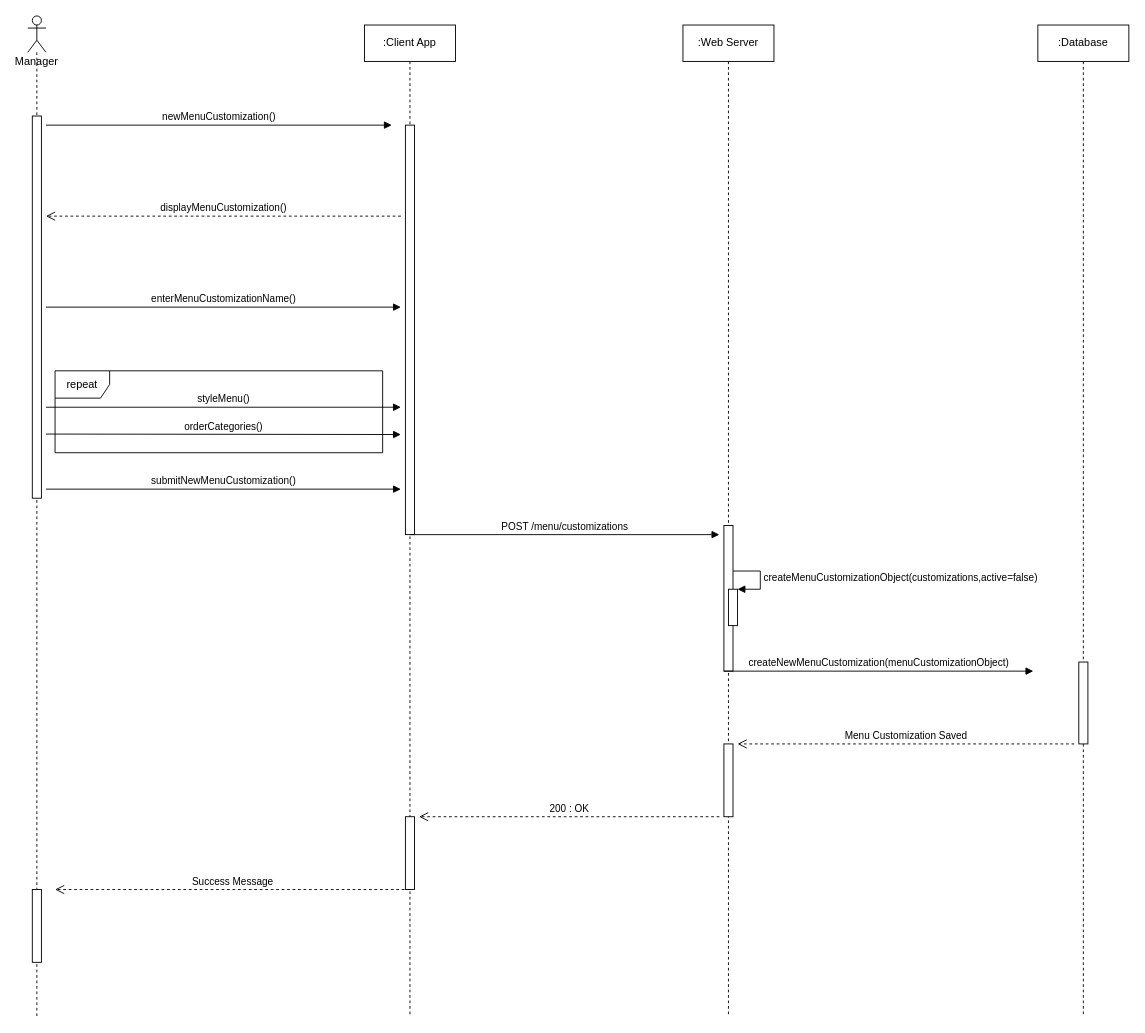
Before: diagrams/SD_MenuCustomization.drawio in jadhamwi31/quickq, a draw.io diagram. Source tidied: cells renumbered, new cells numbered last; positions are measured from the earlier drawing's top-left corner, leaving out a move shared by most shapes. Both pictures are drawn from the tidied source at 91%, with x=0, y=0 at pixel (27, 15).
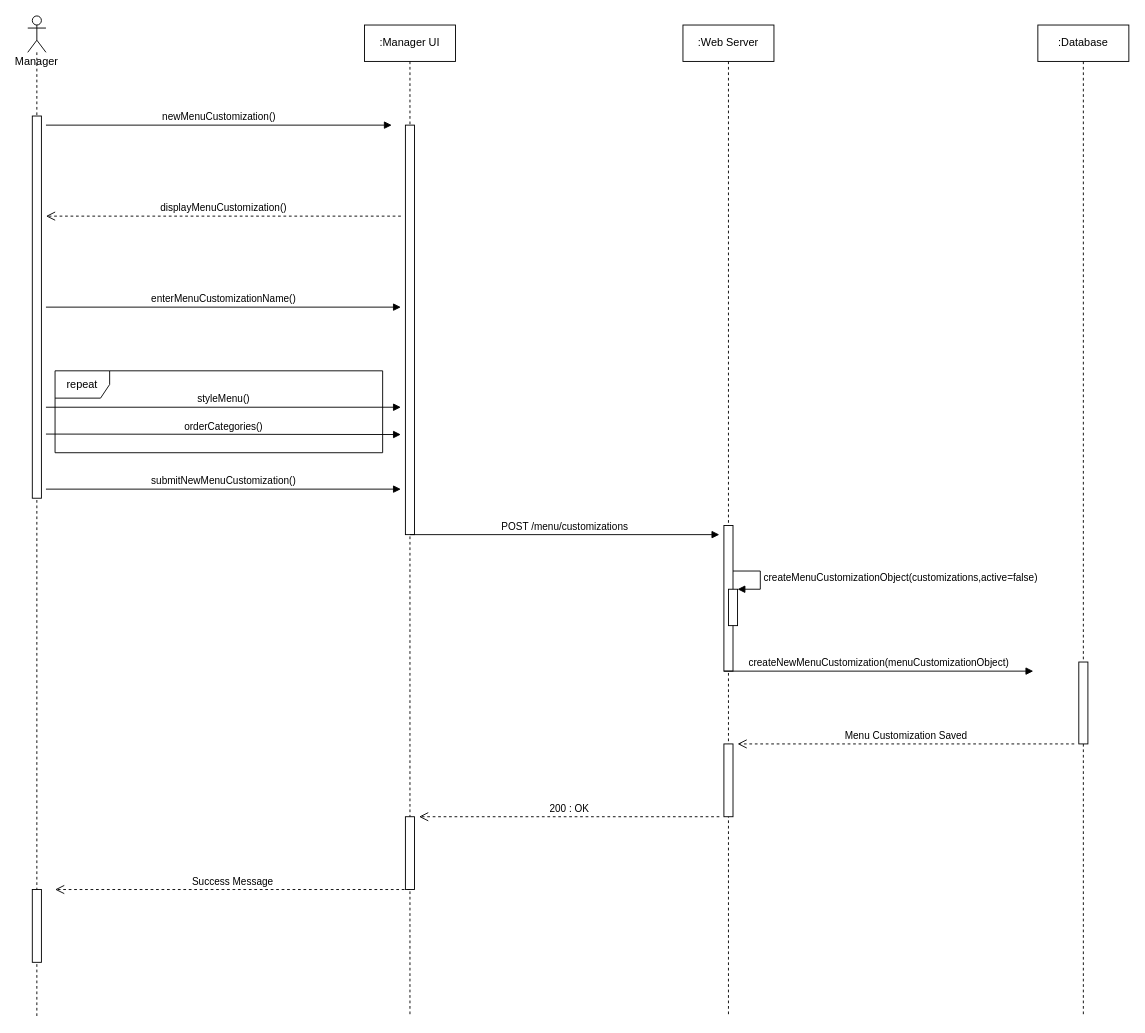
The same diagram, later.

The edit, as a diff of the source:
```diff
@@
-    <mxCell id="9" value=":Client App" style="shape=umlLifeline;perimeter=lifelinePerimeter;whiteSpace=wrap;html=1;" parent="1" vertex="1">
+    <mxCell id="9" value=":Manager UI" style="shape=umlLifeline;perimeter=lifelinePerimeter;whiteSpace=wrap;html=1;" parent="1" vertex="1">
       <mxGeometry x="370" y="10" width="100" height="1090" as="geometry" />
     </mxCell>
```
